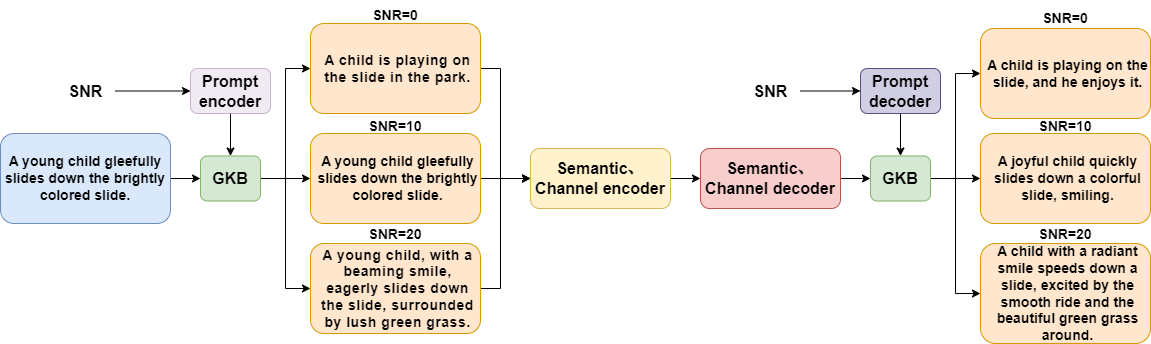
Before: UBC-CSC/GKB2.png, a diagram exported from draw.io (TuuSiwei/paper_image). Source tidied: cells renumbered, new cells last; positions are measured from the earlier drawing's top-left corner, leaving out a move shared by most shapes.
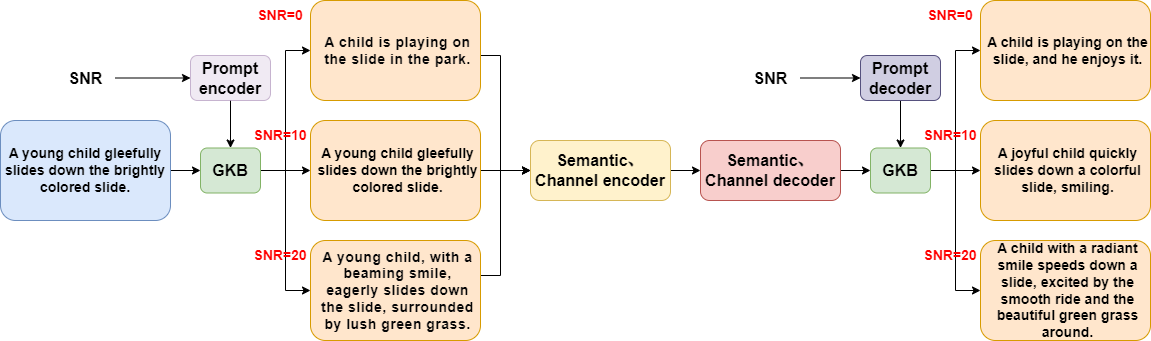
After the change.

The edit, as a diff of the source:
```diff
@@ -12,62 +12,64 @@
       <mxGeometry relative="1" as="geometry" />
     </mxCell>
     <mxCell id="5" value="&lt;font style=&quot;font-size: 16px;&quot;&gt;&lt;b&gt;GKB&lt;/b&gt;&lt;/font&gt;" style="rounded=1;whiteSpace=wrap;html=1;fillColor=#d5e8d4;strokeColor=#82b366;" parent="1" vertex="1">
-      <mxGeometry x="200" y="155.5" width="60" height="45" as="geometry" />
+      <mxGeometry x="200" y="160.5" width="60" height="45" as="geometry" />
     </mxCell>
     <mxCell id="6" style="edgeStyle=orthogonalEdgeStyle;rounded=0;jettySize=auto;html=1;exitX=1;exitY=0.5;exitDx=0;exitDy=0;entryX=0;entryY=0.5;entryDx=0;entryDy=0;" parent="1" edge="1" source="7" target="15">
       <mxGeometry relative="1" as="geometry">
         <Array as="points">
+          <mxPoint x="480" y="68" />
           <mxPoint x="500" y="68" />
-          <mxPoint x="500" y="178" />
+          <mxPoint x="500" y="183" />
         </Array>
       </mxGeometry>
     </mxCell>
     <mxCell id="7" value="&lt;span style=&quot;color: rgb(6, 6, 7); font-family: -apple-system, blinkmacsystemfont, &amp;quot;Helvetica Neue&amp;quot;, helvetica, &amp;quot;segoe ui&amp;quot;, arial, roboto, &amp;quot;PingFang SC&amp;quot;, miui, &amp;quot;Hiragino Sans GB&amp;quot;, &amp;quot;Microsoft Yahei&amp;quot;, sans-serif; font-size: 14px; letter-spacing: 0.5px; white-space-collapse: preserve;&quot;&gt;&lt;b&gt;A child is playing on the slide &lt;/b&gt;&lt;/span&gt;&lt;b style=&quot;color: rgb(6, 6, 7); font-family: -apple-system, blinkmacsystemfont, &amp;quot;Helvetica Neue&amp;quot;, helvetica, &amp;quot;segoe ui&amp;quot;, arial, roboto, &amp;quot;PingFang SC&amp;quot;, miui, &amp;quot;Hiragino Sans GB&amp;quot;, &amp;quot;Microsoft Yahei&amp;quot;, sans-serif; font-size: 14px; letter-spacing: 0.5px; white-space-collapse: preserve; background-color: initial;&quot;&gt;in the park.&lt;/b&gt;" style="rounded=1;whiteSpace=wrap;html=1;strokeColor=#d79b00;align=center;verticalAlign=middle;fontFamily=Helvetica;fontSize=12;labelBackgroundColor=none;fillColor=#ffe6cc;spacingLeft=5;" parent="1" vertex="1">
-      <mxGeometry x="310" y="23" width="170" height="90" as="geometry" />
+      <mxGeometry x="310" y="13" width="170" height="100" as="geometry" />
     </mxCell>
     <mxCell id="8" style="edgeStyle=orthogonalEdgeStyle;rounded=0;jettySize=auto;html=1;exitX=1;exitY=0.5;exitDx=0;exitDy=0;entryX=0;entryY=0.5;entryDx=0;entryDy=0;" parent="1" edge="1" source="9" target="15">
       <mxGeometry relative="1" as="geometry" />
     </mxCell>
     <mxCell id="9" value="A young child gleefully slides down the brightly colored slide." style="rounded=1;whiteSpace=wrap;strokeColor=#d79b00;align=center;verticalAlign=middle;fontFamily=Helvetica;fontSize=14;labelBackgroundColor=none;fillColor=#ffe6cc;fontStyle=1;spacingLeft=5;" parent="1" vertex="1">
-      <mxGeometry x="310" y="133" width="170" height="90" as="geometry" />
+      <mxGeometry x="310" y="133" width="170" height="100" as="geometry" />
     </mxCell>
     <mxCell id="10" style="edgeStyle=orthogonalEdgeStyle;rounded=0;jettySize=auto;html=1;exitX=1;exitY=0.5;exitDx=0;exitDy=0;entryX=0;entryY=0.5;entryDx=0;entryDy=0;" parent="1" edge="1" source="11" target="15">
       <mxGeometry relative="1" as="geometry">
         <Array as="points">
+          <mxPoint x="480" y="288" />
           <mxPoint x="500" y="288" />
-          <mxPoint x="500" y="178" />
+          <mxPoint x="500" y="183" />
         </Array>
       </mxGeometry>
     </mxCell>
     <mxCell id="11" value="&lt;span style=&quot;color: rgb(6, 6, 7); font-family: -apple-system, blinkmacsystemfont, &amp;quot;Helvetica Neue&amp;quot;, helvetica, &amp;quot;segoe ui&amp;quot;, arial, roboto, &amp;quot;PingFang SC&amp;quot;, miui, &amp;quot;Hiragino Sans GB&amp;quot;, &amp;quot;Microsoft Yahei&amp;quot;, sans-serif; font-size: 14px; letter-spacing: 0.5px; white-space-collapse: preserve;&quot;&gt;&lt;b&gt;A young child, with a beaming smile, eagerly slides down the slide, surrounded by lush green grass.&lt;/b&gt;&lt;/span&gt;" style="rounded=1;whiteSpace=wrap;html=1;strokeColor=#d79b00;align=center;verticalAlign=middle;fontFamily=Helvetica;fontSize=12;labelBackgroundColor=none;fillColor=#ffe6cc;spacingLeft=5;" parent="1" vertex="1">
-      <mxGeometry x="310" y="243" width="170" height="90" as="geometry" />
+      <mxGeometry x="310" y="253" width="170" height="100" as="geometry" />
     </mxCell>
     <mxCell id="12" style="edgeStyle=orthogonalEdgeStyle;rounded=0;jettySize=auto;html=1;" parent="1" edge="1" source="13" target="5">
       <mxGeometry relative="1" as="geometry" />
     </mxCell>
     <mxCell id="13" value="&lt;span style=&quot;text-align: left;&quot;&gt;A young child gleefully slides down the brightly colored slide.&lt;/span&gt;" style="rounded=1;whiteSpace=wrap;html=1;strokeColor=#6c8ebf;align=center;verticalAlign=middle;fontFamily=Helvetica;fontSize=14;fontStyle=1;labelBackgroundColor=none;fillColor=#dae8fc;" parent="1" vertex="1">
-      <mxGeometry y="133" width="170" height="90" as="geometry" />
+      <mxGeometry y="133" width="170" height="100" as="geometry" />
     </mxCell>
     <mxCell id="14" style="edgeStyle=orthogonalEdgeStyle;rounded=0;jettySize=auto;html=1;" parent="1" edge="1" source="15" target="17">
       <mxGeometry relative="1" as="geometry" />
     </mxCell>
     <mxCell id="15" value="&lt;span style=&quot;font-size: 16px;&quot;&gt;&lt;b&gt;Semantic、&lt;/b&gt;&lt;/span&gt;&lt;b style=&quot;font-size: 16px; background-color: initial;&quot;&gt;Channel encoder&lt;/b&gt;" style="rounded=1;whiteSpace=wrap;html=1;fillColor=#fff2cc;strokeColor=#d6b656;" parent="1" vertex="1">
-      <mxGeometry x="530" y="148" width="140" height="60" as="geometry" />
+      <mxGeometry x="530" y="153" width="140" height="60" as="geometry" />
     </mxCell>
     <mxCell id="16" style="edgeStyle=orthogonalEdgeStyle;rounded=0;jettySize=auto;html=1;" parent="1" edge="1" source="17" target="24">
       <mxGeometry relative="1" as="geometry" />
     </mxCell>
     <mxCell id="17" value="&lt;span style=&quot;font-size: 16px;&quot;&gt;&lt;b&gt;Semantic&lt;/b&gt;&lt;/span&gt;&lt;b style=&quot;font-size: 16px; background-color: initial;&quot;&gt;、&lt;/b&gt;&lt;div&gt;&lt;span style=&quot;font-size: 16px;&quot;&gt;&lt;b&gt;Channel decoder&lt;/b&gt;&lt;/span&gt;&lt;/div&gt;" style="rounded=1;whiteSpace=wrap;html=1;fillColor=#f8cecc;strokeColor=#b85450;" parent="1" vertex="1">
-      <mxGeometry x="700" y="148" width="140" height="60" as="geometry" />
+      <mxGeometry x="700" y="153" width="140" height="60" as="geometry" />
     </mxCell>
     <mxCell id="18" value="A child is playing on the slide, and he enjoys it." style="rounded=1;whiteSpace=wrap;strokeColor=#d79b00;align=center;verticalAlign=middle;fontFamily=Helvetica;fontSize=14;labelBackgroundColor=none;fillColor=#ffe6cc;fontStyle=1;spacingLeft=5;" parent="1" vertex="1">
-      <mxGeometry x="980" y="28" width="170" height="90" as="geometry" />
+      <mxGeometry x="980" y="13" width="170" height="100" as="geometry" />
     </mxCell>
     <mxCell id="19" value="A joyful child quickly slides down a colorful slide, smiling." style="rounded=1;whiteSpace=wrap;strokeColor=#d79b00;align=center;verticalAlign=middle;fontFamily=Helvetica;fontSize=14;labelBackgroundColor=none;fillColor=#ffe6cc;fontStyle=1;spacingLeft=5;" parent="1" vertex="1">
-      <mxGeometry x="980" y="133" width="170" height="90" as="geometry" />
+      <mxGeometry x="980" y="133" width="170" height="100" as="geometry" />
     </mxCell>
     <mxCell id="20" value="A child with a radiant smile speeds down a slide, excited by the smooth ride and the beautiful green grass around." style="rounded=1;whiteSpace=wrap;strokeColor=#d79b00;align=center;verticalAlign=middle;fontFamily=Helvetica;fontSize=14;labelBackgroundColor=none;fillColor=#ffe6cc;fontStyle=1;spacingLeft=5;" parent="1" vertex="1">
-      <mxGeometry x="980" y="243" width="170" height="100" as="geometry" />
+      <mxGeometry x="980" y="253" width="170" height="100" as="geometry" />
     </mxCell>
     <mxCell id="21" style="edgeStyle=orthogonalEdgeStyle;rounded=0;jettySize=auto;html=1;entryX=0;entryY=0.5;entryDx=0;entryDy=0;" parent="1" edge="1" source="24" target="18">
       <mxGeometry relative="1" as="geometry" />
@@ -79,17 +81,8 @@
       <mxGeometry relative="1" as="geometry" />
     </mxCell>
     <mxCell id="24" value="&lt;font style=&quot;font-size: 16px;&quot;&gt;&lt;b&gt;GKB&lt;/b&gt;&lt;/font&gt;" style="rounded=1;whiteSpace=wrap;html=1;fillColor=#d5e8d4;strokeColor=#82b366;" parent="1" vertex="1">
-      <mxGeometry x="870" y="155.5" width="60" height="45" as="geometry" />
+      <mxGeometry x="870" y="160.5" width="60" height="45" as="geometry" />
     </mxCell>
-    <mxCell id="25" value="&lt;font style=&quot;font-size: 14px;&quot;&gt;&lt;b&gt;SNR=20&lt;/b&gt;&lt;/font&gt;" style="text;html=1;align=center;verticalAlign=middle;whiteSpace=wrap;rounded=0;" parent="1" vertex="1">
-      <mxGeometry x="1035" y="219" width="60" height="30" as="geometry" />
-    </mxCell>
-    <mxCell id="26" value="&lt;font style=&quot;font-size: 14px;&quot;&gt;&lt;b&gt;SNR=0&lt;/b&gt;&lt;/font&gt;" style="text;html=1;align=center;verticalAlign=middle;whiteSpace=wrap;rounded=0;" parent="1" vertex="1">
-      <mxGeometry x="1035" y="3" width="60" height="30" as="geometry" />
-    </mxCell>
-    <mxCell id="27" value="&lt;font style=&quot;font-size: 14px;&quot;&gt;&lt;b&gt;SNR=10&lt;/b&gt;&lt;/font&gt;" style="text;html=1;align=center;verticalAlign=middle;whiteSpace=wrap;rounded=0;" parent="1" vertex="1">
-      <mxGeometry x="1035" y="111" width="60" height="30" as="geometry" />
-    </mxCell>
     <mxCell id="28" style="edgeStyle=orthogonalEdgeStyle;rounded=0;jettySize=auto;html=1;entryX=0.5;entryY=0;entryDx=0;entryDy=0;" parent="1" edge="1" source="29" target="5">
       <mxGeometry relative="1" as="geometry" />
     </mxCell>
@@ -102,14 +95,14 @@
     <mxCell id="31" value="&lt;b&gt;&lt;font style=&quot;font-size: 16px;&quot;&gt;SNR&lt;/font&gt;&lt;/b&gt;" style="text;html=1;align=center;verticalAlign=middle;points=[];strokeColor=none;fillColor=none;" parent="1" vertex="1">
       <mxGeometry x="55" y="75.5" width="60" height="30" as="geometry" />
     </mxCell>
-    <mxCell id="32" value="&lt;font style=&quot;font-size: 14px;&quot;&gt;&lt;b&gt;SNR=20&lt;/b&gt;&lt;/font&gt;" style="text;html=1;align=center;verticalAlign=middle;whiteSpace=wrap;rounded=0;" parent="1" vertex="1">
-      <mxGeometry x="365" y="219" width="60" height="30" as="geometry" />
+    <mxCell id="32" value="&lt;font color=&quot;#ff0000&quot; style=&quot;font-size: 14px;&quot;&gt;&lt;b&gt;SNR=20&lt;/b&gt;&lt;/font&gt;" style="text;html=1;align=center;verticalAlign=middle;whiteSpace=wrap;rounded=0;" parent="1" vertex="1">
+      <mxGeometry x="250" y="253" width="60" height="30" as="geometry" />
     </mxCell>
-    <mxCell id="33" value="&lt;font style=&quot;font-size: 14px;&quot;&gt;&lt;b&gt;SNR=0&lt;/b&gt;&lt;/font&gt;" style="text;html=1;align=center;verticalAlign=middle;whiteSpace=wrap;rounded=0;" parent="1" vertex="1">
-      <mxGeometry x="365" width="60" height="30" as="geometry" />
+    <mxCell id="33" value="&lt;font color=&quot;#ff0000&quot; style=&quot;font-size: 14px;&quot;&gt;&lt;b&gt;SNR=0&lt;/b&gt;&lt;/font&gt;" style="text;html=1;align=center;verticalAlign=middle;whiteSpace=wrap;rounded=0;" parent="1" vertex="1">
+      <mxGeometry x="250" y="13" width="60" height="30" as="geometry" />
     </mxCell>
-    <mxCell id="34" value="&lt;font style=&quot;font-size: 14px;&quot;&gt;&lt;b&gt;SNR=10&lt;/b&gt;&lt;/font&gt;" style="text;html=1;align=center;verticalAlign=middle;whiteSpace=wrap;rounded=0;" parent="1" vertex="1">
-      <mxGeometry x="365" y="111" width="60" height="30" as="geometry" />
+    <mxCell id="34" value="&lt;font color=&quot;#ff0000&quot; style=&quot;font-size: 14px;&quot;&gt;&lt;b&gt;SNR=10&lt;/b&gt;&lt;/font&gt;" style="text;html=1;align=center;verticalAlign=middle;whiteSpace=wrap;rounded=0;fontFamily=Helvetica;fontSize=12;fontColor=default;" parent="1" vertex="1">
+      <mxGeometry x="250" y="133" width="60" height="30" as="geometry" />
     </mxCell>
     <mxCell id="35" style="edgeStyle=orthogonalEdgeStyle;rounded=0;jettySize=auto;html=1;exitX=0.5;exitY=1;exitDx=0;exitDy=0;entryX=0.5;entryY=0;entryDx=0;entryDy=0;" parent="1" edge="1" source="36" target="24">
       <mxGeometry relative="1" as="geometry" />
@@ -123,5 +116,14 @@
     <mxCell id="38" value="&lt;b&gt;&lt;font style=&quot;font-size: 16px;&quot;&gt;SNR&lt;/font&gt;&lt;/b&gt;" style="text;html=1;align=center;verticalAlign=middle;points=[];strokeColor=none;fillColor=none;" parent="1" vertex="1">
       <mxGeometry x="740" y="75.5" width="60" height="30" as="geometry" />
     </mxCell>
+    <mxCell id="25" value="&lt;font color=&quot;#ff0000&quot; style=&quot;font-size: 14px;&quot;&gt;&lt;b&gt;SNR=20&lt;/b&gt;&lt;/font&gt;" style="text;html=1;align=center;verticalAlign=middle;whiteSpace=wrap;rounded=0;" parent="1" vertex="1">
+      <mxGeometry x="920" y="253" width="60" height="30" as="geometry" />
+    </mxCell>
+    <mxCell id="26" value="&lt;font color=&quot;#ff0000&quot; style=&quot;font-size: 14px;&quot;&gt;&lt;b&gt;SNR=0&lt;/b&gt;&lt;/font&gt;" style="text;html=1;align=center;verticalAlign=middle;whiteSpace=wrap;rounded=0;" parent="1" vertex="1">
+      <mxGeometry x="920" y="13" width="60" height="30" as="geometry" />
+    </mxCell>
+    <mxCell id="27" value="&lt;font color=&quot;#ff0000&quot; style=&quot;font-size: 14px;&quot;&gt;&lt;b&gt;SNR=10&lt;/b&gt;&lt;/font&gt;" style="text;html=1;align=center;verticalAlign=middle;whiteSpace=wrap;rounded=0;fontFamily=Helvetica;fontSize=12;fontColor=default;" parent="1" vertex="1">
+      <mxGeometry x="920" y="133" width="60" height="30" as="geometry" />
+    </mxCell>
   </root>
 </mxGraphModel>
```
